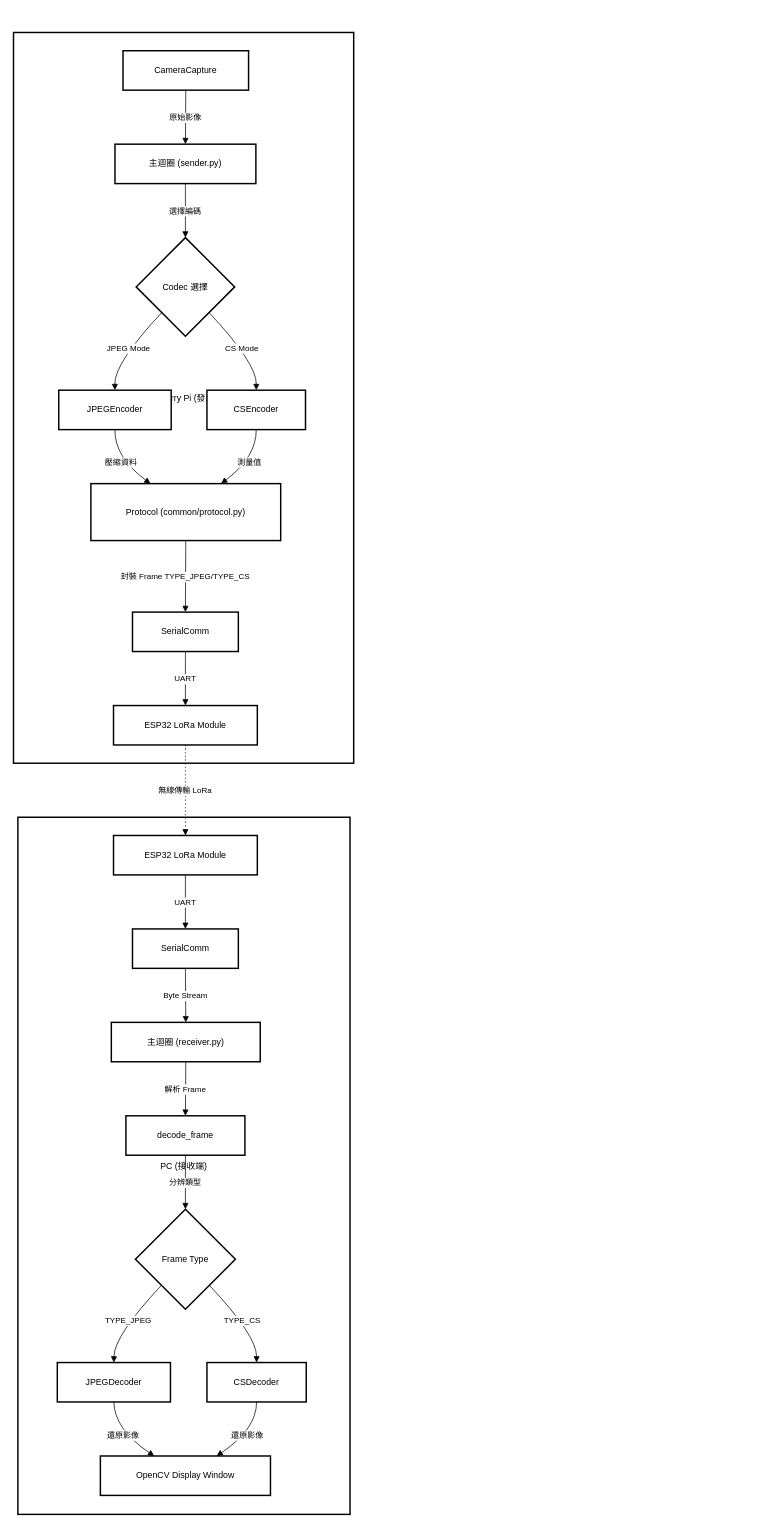
Earlier version of the draw.io diagram CCTV.drawio (catlover7211/lora-image-trans). Source tidied: cells renumbered, new cells numbered last; positions are measured from the earlier drawing's top-left corner, leaving out a move shared by most shapes. Both pictures are drawn from the tidied source at 73%, with x=0, y=0 at pixel (13, 32).
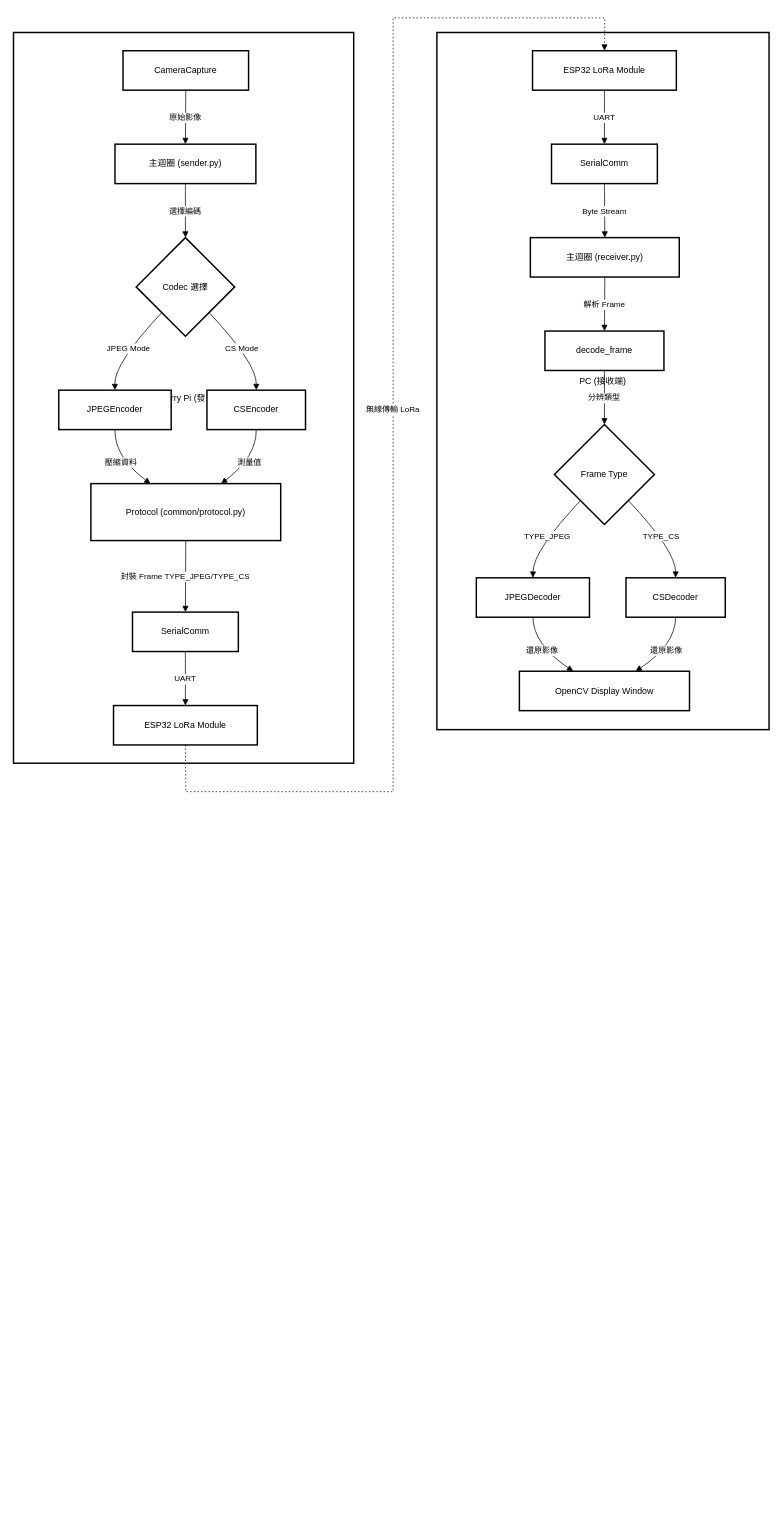
After the change.

The change refers to these unchanged cells:
```xml
<mxCell id="11" value="ESP32 LoRa Module" style="whiteSpace=wrap;strokeWidth=2;" parent="1" vertex="1">
  <mxGeometry x="137" y="922" width="197" height="54" as="geometry" />
</mxCell>
```

Change to the diagram source:
```diff
@@
     <mxCell id="2" value="PC (接收端)" style="whiteSpace=wrap;strokeWidth=2;" parent="1" vertex="1">
-      <mxGeometry x="6" y="1075" width="455" height="955" as="geometry" />
+      <mxGeometry x="580" width="455" height="955" as="geometry" />
     </mxCell>
@@
     <mxCell id="12" value="ESP32 LoRa Module" style="whiteSpace=wrap;strokeWidth=2;" parent="1" vertex="1">
-      <mxGeometry x="137" y="1100" width="197" height="54" as="geometry" />
+      <mxGeometry x="711" y="25" width="197" height="54" as="geometry" />
     </mxCell>
     <mxCell id="13" value="SerialComm" style="whiteSpace=wrap;strokeWidth=2;" parent="1" vertex="1">
-      <mxGeometry x="163" y="1228" width="145" height="54" as="geometry" />
+      <mxGeometry x="737" y="153" width="145" height="54" as="geometry" />
     </mxCell>
     <mxCell id="14" value="主迴圈 (receiver.py)" style="whiteSpace=wrap;strokeWidth=2;" parent="1" vertex="1">
-      <mxGeometry x="134" y="1356" width="204" height="54" as="geometry" />
+      <mxGeometry x="708" y="281" width="204" height="54" as="geometry" />
     </mxCell>
     <mxCell id="15" value="decode_frame" style="whiteSpace=wrap;strokeWidth=2;" parent="1" vertex="1">
-      <mxGeometry x="154" y="1484" width="163" height="54" as="geometry" />
+      <mxGeometry x="728" y="409" width="163" height="54" as="geometry" />
     </mxCell>
     <mxCell id="16" value="Frame Type" style="rhombus;strokeWidth=2;whiteSpace=wrap;" parent="1" vertex="1">
-      <mxGeometry x="167" y="1612" width="137" height="137" as="geometry" />
+      <mxGeometry x="741" y="537" width="137" height="137" as="geometry" />
     </mxCell>
     <mxCell id="17" value="JPEGDecoder" style="whiteSpace=wrap;strokeWidth=2;" parent="1" vertex="1">
-      <mxGeometry x="60" y="1822" width="155" height="54" as="geometry" />
+      <mxGeometry x="634" y="747" width="155" height="54" as="geometry" />
     </mxCell>
     <mxCell id="18" value="CSDecoder" style="whiteSpace=wrap;strokeWidth=2;" parent="1" vertex="1">
-      <mxGeometry x="265" y="1822" width="136" height="54" as="geometry" />
+      <mxGeometry x="839" y="747" width="136" height="54" as="geometry" />
     </mxCell>
     <mxCell id="19" value="OpenCV Display Window" style="whiteSpace=wrap;strokeWidth=2;" parent="1" vertex="1">
-      <mxGeometry x="119" y="1950" width="233" height="54" as="geometry" />
+      <mxGeometry x="693" y="875" width="233" height="54" as="geometry" />
     </mxCell>
@@
     <mxCell id="32" value="TYPE_JPEG" style="curved=1;startArrow=none;endArrow=block;exitX=0.04;exitY=1;entryX=0.5;entryY=0.01;rounded=0;" parent="1" edge="1" source="16" target="17">
       <mxGeometry relative="1" as="geometry">
         <Array as="points">
-          <mxPoint x="138" y="1785" />
+          <mxPoint x="712" y="710" />
         </Array>
       </mxGeometry>
     </mxCell>
     <mxCell id="33" value="TYPE_CS" style="curved=1;startArrow=none;endArrow=block;exitX=0.96;exitY=1;entryX=0.5;entryY=0.01;rounded=0;" parent="1" edge="1" source="16" target="18">
       <mxGeometry relative="1" as="geometry">
         <Array as="points">
-          <mxPoint x="333" y="1785" />
+          <mxPoint x="907" y="710" />
         </Array>
       </mxGeometry>
     </mxCell>
     <mxCell id="34" value="還原影像" style="curved=1;startArrow=none;endArrow=block;exitX=0.5;exitY=1.01;entryX=0.32;entryY=0.01;rounded=0;" parent="1" edge="1" source="17" target="19">
       <mxGeometry relative="1" as="geometry">
         <Array as="points">
-          <mxPoint x="138" y="1913" />
+          <mxPoint x="712" y="838" />
         </Array>
       </mxGeometry>
     </mxCell>
     <mxCell id="35" value="還原影像" style="curved=1;startArrow=none;endArrow=block;exitX=0.5;exitY=1.01;entryX=0.68;entryY=0.01;rounded=0;" parent="1" edge="1" source="18" target="19">
       <mxGeometry relative="1" as="geometry">
         <Array as="points">
-          <mxPoint x="333" y="1913" />
+          <mxPoint x="907" y="838" />
         </Array>
       </mxGeometry>
     </mxCell>
-    <mxCell id="36" value="無線傳輸 LoRa" style="curved=1;dashed=1;dashPattern=2 3;startArrow=none;endArrow=block;exitX=0.5;exitY=0.99;entryX=0.5;entryY=-0.01;rounded=0;" parent="1" edge="1" source="11" target="12">
-      <mxGeometry relative="1" as="geometry" />
+    <mxCell id="36" value="無線傳輸 LoRa" style="curved=0;dashed=1;dashPattern=2 3;startArrow=none;endArrow=block;exitX=0.5;exitY=0.99;entryX=0.5;entryY=-0.01;rounded=0;" parent="1" edge="1" source="11" target="12">
+      <mxGeometry relative="1" as="geometry">
+        <Array as="points">
+          <mxPoint x="236" y="1040" />
+          <mxPoint x="520" y="1040" />
+          <mxPoint x="520" y="-20" />
+          <mxPoint x="810" y="-20" />
+        </Array>
+      </mxGeometry>
     </mxCell>
```
